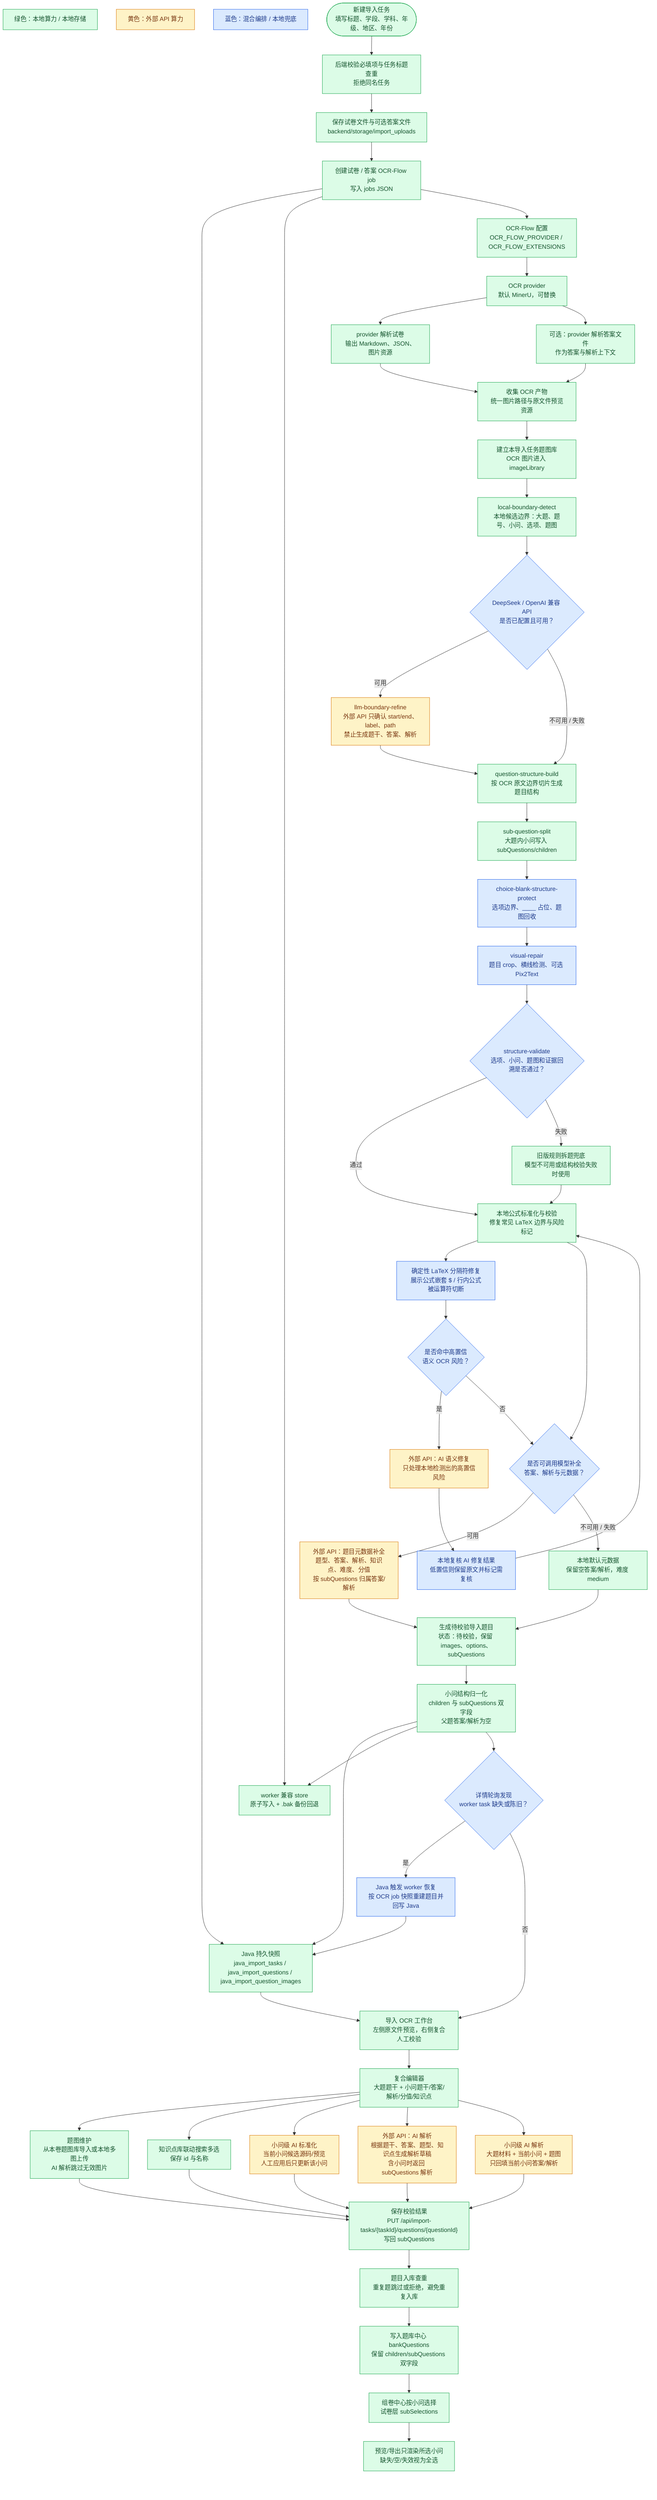
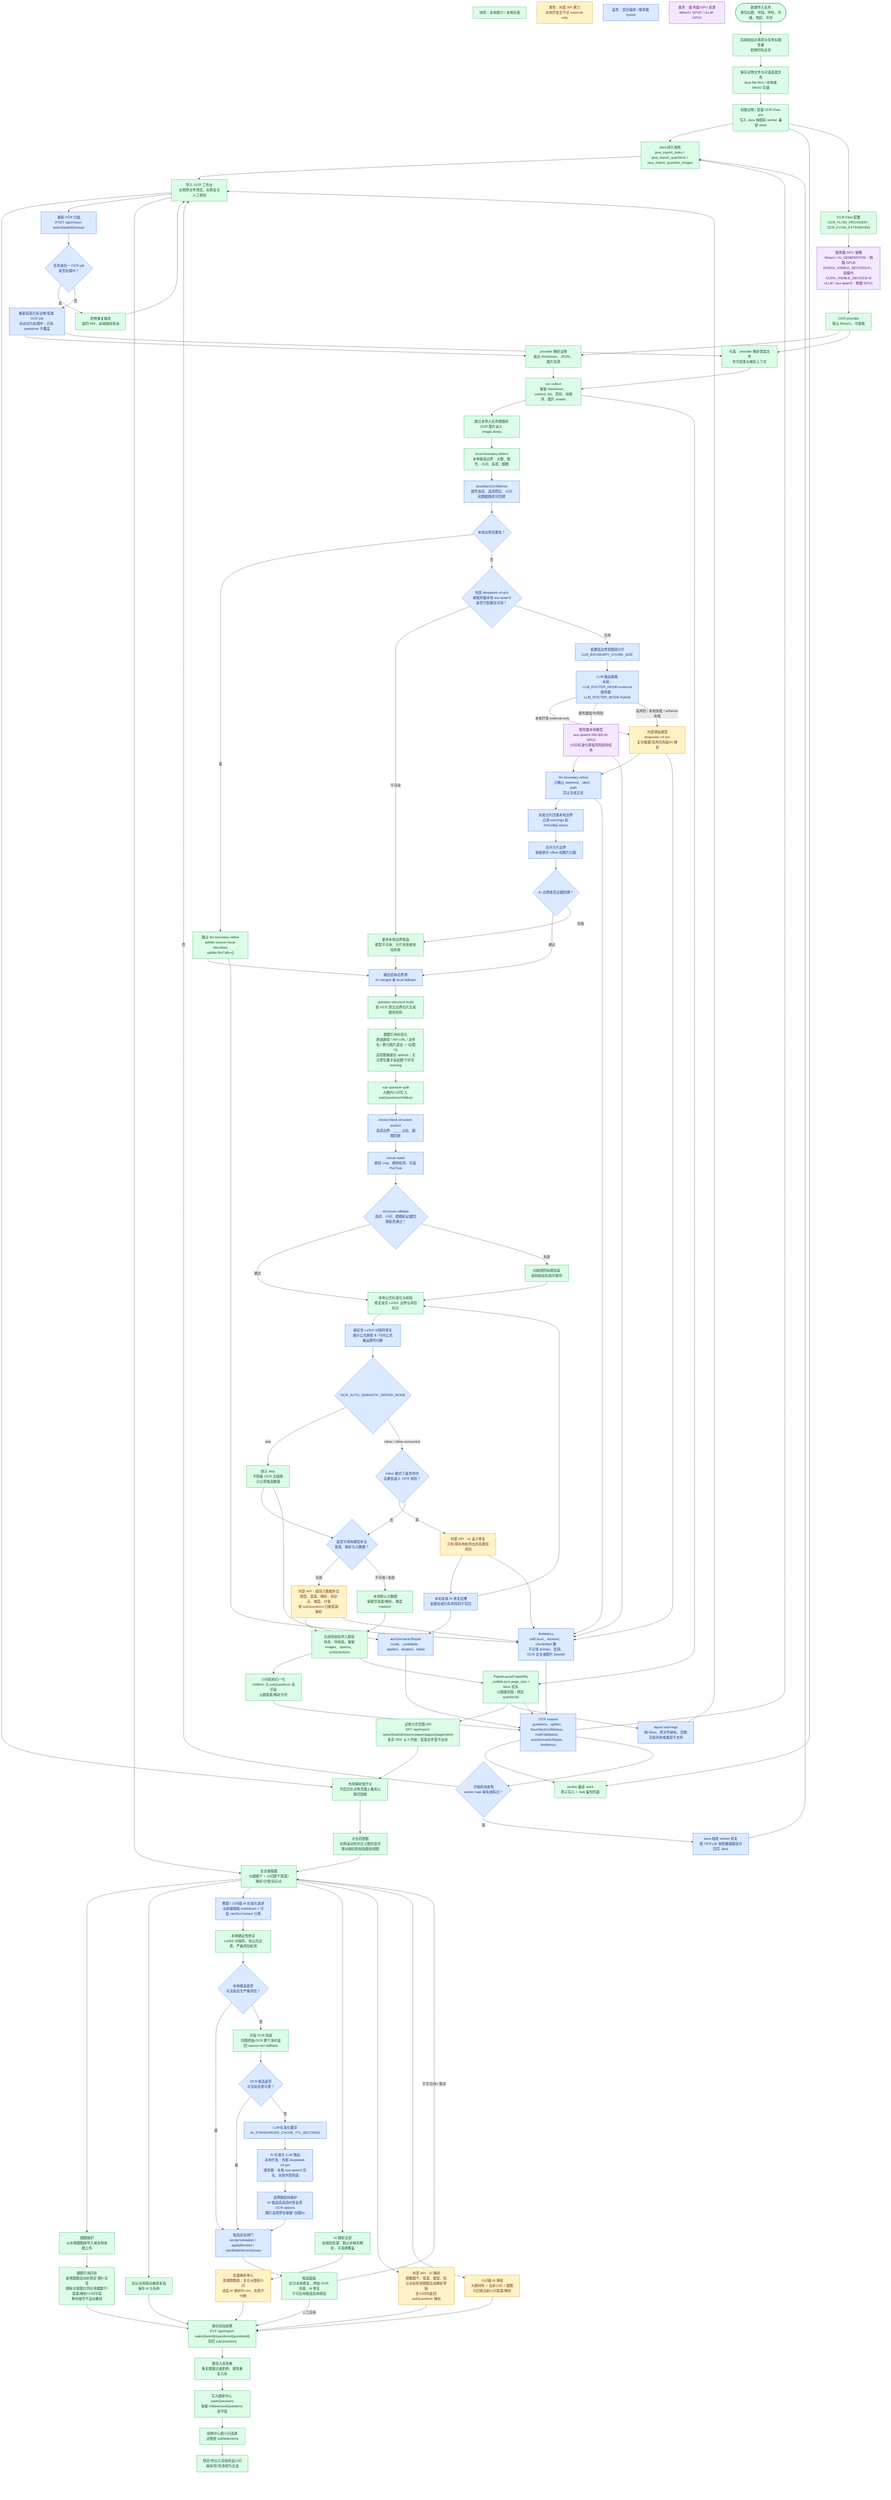
+ %% Version: 2026-07-09 / product v14 / OpenAPI 1.1.0
+ %% Status: current-primary
+ %% Scope: authoritative end-to-end OCR-Flow algorithm, LLM routing, review, layout overlay, rescan, and AI assistance flow.
flowchart TD
  LegendLocal["绿色：本地算力 / 本地存储"]:::local
-   LegendExternal["黄色：外部 API 算力"]:::external
-   LegendMixed["蓝色：混合编排 / 本地兜底"]:::mixed
+   LegendExternal["黄色：外部 API 算力<br/>本地开发全节点 external-only"]:::external
+   LegendMixed["蓝色：混合编排 / 服务器 hybrid"]:::mixed
+   LegendGpu["紫色：服务器 GPU 资源<br/>MinerU: GPU0 / vLLM: GPU1"]:::gpu

  Start(["新建导入任务<br/>填写标题、学段、学科、年级、地区、年份"]):::local
  Validate["后端校验必填项与任务标题查重<br/>拒绝同名任务"]:::local
-   Upload["保存试卷文件与可选答案文件<br/>backend/storage/import_uploads"]:::local
-   Jobs["创建试卷 / 答案 OCR-Flow job<br/>写入 jobs JSON"]:::local
+   Upload["保存试卷文件与可选答案文件<br/>Java file-flow / 本地或 MinIO 存储"]:::local
+   Jobs["创建试卷 / 答案 OCR-Flow job<br/>写入 Java 快照和 worker 兼容 store"]:::local
  JavaSnapshot["Java 持久快照<br/>java_import_tasks / java_import_questions / java_import_question_images"]:::local
  WorkerSafeStore["worker 兼容 store<br/>原子写入 + .bak 备份回退"]:::local
  FlowConfig["OCR-Flow 配置<br/>OCR_FLOW_PROVIDER / OCR_FLOW_EXTENSIONS"]:::local
+   GpuPolicy["服务器 GPU 策略<br/>MinerU / AI_GENERATION：物理 GPU0<br/>NVIDIA_VISIBLE_DEVICES=0，容器内 CUDA_VISIBLE_DEVICES=0<br/>vLLM / aux-qwen3：物理 GPU1"]:::gpu
  Provider["OCR provider<br/>默认 MinerU，可替换"]:::local
  OcrPaper["provider 解析试卷<br/>输出 Markdown、JSON、图片资源"]:::local
  OcrAnswer["可选：provider 解析答案文件<br/>作为答案与解析上下文"]:::local
-   Collect["收集 OCR 产物<br/>统一图片路径与原文件预览资源"]:::local
+   Collect["ocr-collect<br/>保留 Markdown、content_list、页码、块顺序、图片 assets"]:::local
  ImageLibrary["建立本导入任务题图库<br/>OCR 图片进入 imageLibrary"]:::local
+ 
  LocalBoundary["local-boundary-detect<br/>本地候选边界：大题、题号、小问、选项、题图"]:::local
+   BoundaryConfidence["boundaryConfidence<br/>题号连续、选项稳定、小问和题图路径可回溯"]:::mixed
+   BoundaryHigh{"本地边界高置信？"}:::mixed
+   BoundarySkip["跳过 llm-boundary-refine<br/>splitter.source=local-boundary<br/>splitter.llmCalls=[]"]:::local
+   LlmAvailable{"外部 deepseek-v4-pro<br/>或服务器本地 aux-qwen3<br/>是否已配置且可用？"}:::mixed
+   BoundaryChunks["低置信边界按题段分片<br/>LLM_BOUNDARY_CHUNK_SIZE"]:::mixed
+   LlmRoutePolicy["LLM 路由策略<br/>本地：LLM_ROUTER_MODE=external<br/>服务器：LLM_ROUTER_MODE=hybrid"]:::mixed
+   LocalAuxModel["服务器本地模型<br/>aux-qwen3-32b-fp8 on GPU1<br/>小问/标准化等低风险结构任务"]:::gpu
+   ExternalFullModel["外部满血模型<br/>deepseek-v4-pro<br/>复杂推理/高风险兜底/AI 解析"]:::external
+   LlmBoundary["llm-boundary-refine<br/>只确认 start/end、label、path<br/>禁止生成正文"]:::mixed
+   ChunkFallback["失败分片回退本地边界<br/>记录 warnings 和 llmCalls[].status"]:::mixed
+   MergeBoundary["合并分片边界<br/>保留绝对 offset 和图片归属"]:::mixed
+   BoundaryValidate{"AI 边界能否证据回溯？"}:::mixed
+   BoundaryLocalFallback["使用本地边界候选<br/>模型不可用、分片失败或校验失败"]:::local
+   BoundarySource["确定结构边界源<br/>AI merged 或 local fallback"]:::mixed

-   LlmAvailable{"DeepSeek / OpenAI 兼容 API<br/>是否已配置且可用？"}:::mixed
-   LlmBoundary["llm-boundary-refine<br/>外部 API 只确认 start/end、label、path<br/>禁止生成题干、答案、解析"]:::external
  BuildByEvidence["question-structure-build<br/>按 OCR 原文边界切片生成题目结构"]:::local
+   ImageCanonical["题图引用标签化<br/>原始路径 / API URL / 文件名 / 换行图片语法 -> ![](图N)<br/>选项图保留在 options；无可靠位置才追加题干并写 warning"]:::local
  SubSplit["sub-question-split<br/>大题内小问写入 subQuestions/children"]:::local
  ChoiceBlankProtect["choice-blank-structure-protect<br/>选项边界、____ 占位、题图回收"]:::mixed
  VisualRepair["visual-repair<br/>题目 crop、横线检测、可选 Pix2Text"]:::mixed
  StructureValidate{"structure-validate<br/>选项、小问、题图和证据回溯是否通过？"}:::mixed
-   RuleFallback["旧版规则拆题兜底<br/>模型不可用或结构校验失败时使用"]:::local
+   RuleFallback["旧版规则拆题兜底<br/>结构校验失败时使用"]:::local

  MathNormalize["本地公式标准化与校验<br/>修复常见 LaTeX 边界与风险标记"]:::local
  LatexDelimiter["确定性 LaTeX 分隔符修复<br/>展示公式嵌套 $ / 行内公式被运算符切断"]:::mixed
-   SemanticRisk{"是否命中高置信<br/>语义 OCR 风险？"}:::mixed
+   AutoRepairMode{"OCR_AUTO_SEMANTIC_REPAIR_MODE"}:::mixed
+   AutoRepairSkip["默认 skip<br/>不阻塞 OCR 主链路<br/>只记录候选数量"]:::local
+   SemanticRisk{"inline 模式下是否命中<br/>高置信语义 OCR 风险？"}:::mixed
  SemanticApi["外部 API：AI 语义修复<br/>只处理本地检测出的高置信风险"]:::external
-   SemanticVerify["本地复核 AI 修复结果<br/>低置信则保留原文并标记需复核"]:::mixed
+   SemanticVerify["本地复核 AI 修复结果<br/>低置信或仍有风险则不写回"]:::mixed

  MetadataDecision{"是否可调用模型补全<br/>答案、解析与元数据？"}:::mixed
  MetadataApi["外部 API：题目元数据补全<br/>题型、答案、解析、知识点、难度、分值<br/>按 subQuestions 归属答案/解析"]:::external
  MetadataFallback["本地默认元数据<br/>保留空答案/解析，难度 medium"]:::local
  BuildQuestions["生成待校验导入题目<br/>状态：待校验，保留 images、options、subQuestions"]:::local
+   PaperLayoutBuild["PaperLayoutCapability<br/>_middle.json page_size + bbox 优先<br/>父题级范围；绑定 questionId"]:::local
+   PaperPageApi["试卷分页页图 API<br/>GET /api/import-tasks/{taskId}/source/paper/pages/{pageIndex}<br/>多页 PDF 从 0 开始；答案文件暂不支持"]:::local
+   PaperLayoutWarnings["layout warnings<br/>缺 bbox、原文件缺失、页图渲染失败或类型不支持"]:::mixed
  SubQuestionNormalize["小问结构归一化<br/>children 与 subQuestions 双字段<br/>父题答案/解析为空"]:::local
+   AutoRepairSummary["autoSemanticRepair<br/>mode、candidate、applied、skipped、failed"]:::mixed
+   LlmMetrics["llmMetrics<br/>callCount、duration、chunk/item 数<br/>不记录 prompt、密钥、OCR 全文或图片 base64"]:::mixed
+   OcrOutputs["OCR outputs<br/>questions、splitter、boundaryConfidence、mathValidation、autoSemanticRepair、llmMetrics"]:::mixed
  DetailRecovery{"详情轮询发现<br/>worker task 缺失或陈旧？"}:::mixed
  RecoverFromOcr["Java 触发 worker 恢复<br/>按 OCR job 快照重建题目并回写 Java"]:::mixed

  Workbench["导入 OCR 工作台<br/>左侧原文件预览，右侧复合人工校验"]:::local
+   LayoutToggle["布局解析框开关<br/>开启后在试卷页图上叠加父题范围框"]:::local
+   LayoutClick["点击范围框<br/>右侧滚动到对应父题并高亮<br/>移动端切到校验题目视图"]:::local
+   RescanRequest["重新 OCR 扫描<br/>POST /api/import-tasks/{taskId}/rescan"]:::mixed
+   RescanGuard{"任务或任一 OCR job<br/>是否处理中？"}:::mixed
+   RescanReject["拒绝重复触发<br/>返回 409，前端继续轮询"]:::local
+   RescanRetry["重新投递已有试卷/答案 OCR job<br/>状态切为处理中；已有 questions 不覆盖"]:::mixed
  ManualEdit["复合编辑器<br/>大题题干 + 小问题干/答案/解析/分值/知识点"]:::local
-   AddImages["题图维护<br/>从本卷题图库导入或本地多图上传<br/>AI 解析跳过无效图片"]:::local
+   BatchAiAll["AI 解析全部<br/>前端批处理：默认补缺失解析，可选择覆盖"]:::local
+   BatchAiUnits["批量解析单元<br/>普通题整题；复合大题按小问<br/>进度 AI 解析中 n/m，失败不中断"]:::external
+   AddImages["题图维护<br/>从本卷题图库导入或本地多图上传"]:::local
+   ImageMarkdown["题图引用同步<br/>新增题图自动补稳定 图N 标签<br/>删除关联图片同步清理题干/答案/解析/小问字段<br/>剩余编号不自动重排"]:::local
  KnowledgePick["知识点库联动搜索多选<br/>保存 id 与名称"]:::local
-   SubAiStandardize["小问级 AI 标准化<br/>当前小问候选源码/预览<br/>人工应用后只更新该小问"]:::external
-   AiAnalysis["外部 API：AI 解析<br/>根据题干、答案、题型、知识点生成解析草稿<br/>含小问时返回 subQuestions 解析"]:::external
+ 
+   StdStart["整题 / 小问级 AI 标准化请求<br/>当前编辑稿 markdown + 可信 rawOcrContext 分离"]:::mixed
+   StdLocal["本地确定性修复<br/>LaTeX 分隔符、块公式边界、严重风险检测"]:::local
+   StdLocalSafe{"本地候选是否<br/>可渲染且无严重风险？"}:::mixed
+   StdOcr["可信 OCR 兜底<br/>同题原始 OCR 更干净时返回 source=ocr-fallback"]:::local
+   StdOcrSafe{"OCR 候选是否<br/>可渲染且更可靠？"}:::mixed
+   StdCache["LLM 标准化缓存<br/>AI_STANDARDIZE_CACHE_TTL_SECONDS"]:::mixed
+   StdApi["AI 标准化 LLM 路由<br/>本地开发：外部 deepseek-v4-pro<br/>服务器：本地 aux-qwen3 优先，失败外部兜底"]:::mixed
+   StdChoiceGuard["选择题结构保护<br/>AI 候选丢选项时恢复原 OCR options<br/>图片选项原位保留 ![](图N)"]:::mixed
+   StdGate["候选安全闸门<br/>renderValidation / applyBlocked / candidateSevereIssues"]:::mixed
+   StdPanel["候选面板<br/>区分本地修复、原始 OCR 兜底、AI 修复<br/>不可应用候选禁用按钮"]:::local
+ 
+   AiAnalysis["外部 API：AI 解析<br/>根据题干、答案、题型、知识点和有效题图生成解析草稿<br/>含小问时返回 subQuestions 解析"]:::external
  SubAiAnalysis["小问级 AI 解析<br/>大题材料 + 当前小问 + 题图<br/>只回填当前小问答案/解析"]:::external
  SaveReview["保存校验结果<br/>PUT /api/import-tasks/{taskId}/questions/{questionId}<br/>写回 subQuestions"]:::local
  BankDedup["题目入库查重<br/>重复题跳过或拒绝，避免重复入库"]:::local
  Bank["写入题库中心 bankQuestions<br/>保留 children/subQuestions 双字段"]:::local
  PaperSelect["组卷中心按小问选择<br/>试卷层 subSelections"]:::local
  PaperPreview["预览/导出只渲染所选小问<br/>缺失/空/失效视为全选"]:::local

  Start --> Validate --> Upload --> Jobs
  Jobs --> JavaSnapshot
  Jobs --> WorkerSafeStore
-   Jobs --> FlowConfig --> Provider
+   Jobs --> FlowConfig --> GpuPolicy --> Provider
  Provider --> OcrPaper --> Collect
  Provider --> OcrAnswer --> Collect
-   Collect --> ImageLibrary --> LocalBoundary --> LlmAvailable
-   LlmAvailable -- "可用" --> LlmBoundary --> BuildByEvidence
-   LlmAvailable -- "不可用 / 失败" --> BuildByEvidence
-   BuildByEvidence --> SubSplit --> ChoiceBlankProtect --> VisualRepair --> StructureValidate
+   Collect --> ImageLibrary --> LocalBoundary --> BoundaryConfidence --> BoundaryHigh
+   BoundaryHigh -- "是" --> BoundarySkip --> BoundarySource
+   BoundaryHigh -- "否" --> LlmAvailable
+   LlmAvailable -- "不可用" --> BoundaryLocalFallback --> BoundarySource
+   LlmAvailable -- "可用" --> BoundaryChunks --> LlmRoutePolicy
+   LlmRoutePolicy -- "本地开发 external-only" --> ExternalFullModel --> LlmBoundary
+   LlmRoutePolicy -- "服务器低/中风险" --> LocalAuxModel --> LlmBoundary
+   LlmRoutePolicy -- "高风险 / 本地失败 / schema 失败" --> ExternalFullModel
+   LlmBoundary --> ChunkFallback --> MergeBoundary --> BoundaryValidate
+   BoundaryValidate -- "通过" --> BoundarySource
+   BoundaryValidate -- "失败" --> BoundaryLocalFallback
+   BoundarySource --> BuildByEvidence
+   BuildByEvidence --> ImageCanonical --> SubSplit --> ChoiceBlankProtect --> VisualRepair --> StructureValidate
  StructureValidate -- "通过" --> MathNormalize
  StructureValidate -- "失败" --> RuleFallback --> MathNormalize
-   MathNormalize --> LatexDelimiter --> SemanticRisk
+   MathNormalize --> LatexDelimiter --> AutoRepairMode
+   AutoRepairMode -- "skip" --> AutoRepairSkip --> MetadataDecision
+   AutoRepairMode -- "inline / inline-concurrent" --> SemanticRisk
  SemanticRisk -- "是" --> SemanticApi --> SemanticVerify --> MathNormalize
  SemanticRisk -- "否" --> MetadataDecision
-   MathNormalize --> MetadataDecision
  MetadataDecision -- "可用" --> MetadataApi --> BuildQuestions
  MetadataDecision -- "不可用 / 失败" --> MetadataFallback --> BuildQuestions
-   BuildQuestions --> SubQuestionNormalize
-   SubQuestionNormalize --> JavaSnapshot
-   SubQuestionNormalize --> WorkerSafeStore
-   SubQuestionNormalize --> DetailRecovery
+   BuildQuestions --> SubQuestionNormalize --> OcrOutputs
+   BuildQuestions --> PaperLayoutBuild
+   Collect --> PaperLayoutBuild
+   PaperLayoutBuild --> PaperPageApi
+   PaperLayoutBuild --> PaperLayoutWarnings
+   PaperLayoutBuild --> OcrOutputs
+   BoundarySkip --> LlmMetrics
+   LlmBoundary --> LlmMetrics
+   LocalAuxModel --> LlmMetrics
+   ExternalFullModel --> LlmMetrics
+   SemanticApi --> LlmMetrics
+   MetadataApi --> LlmMetrics
+   AutoRepairSkip --> AutoRepairSummary --> OcrOutputs
+   SemanticVerify --> AutoRepairSummary
+   LlmMetrics --> OcrOutputs
+   OcrOutputs --> JavaSnapshot
+   OcrOutputs --> WorkerSafeStore
+   OcrOutputs --> DetailRecovery
  DetailRecovery -- "是" --> RecoverFromOcr --> JavaSnapshot --> Workbench
  DetailRecovery -- "否" --> Workbench
+   PaperPageApi --> LayoutToggle
+   PaperLayoutWarnings --> Workbench
+   Workbench --> LayoutToggle --> LayoutClick --> ManualEdit
+   Workbench --> RescanRequest --> RescanGuard
+   RescanGuard -- "是" --> RescanReject --> Workbench
+   RescanGuard -- "否" --> RescanRetry --> OcrPaper
+   RescanRetry --> OcrAnswer
  Workbench --> ManualEdit
-   ManualEdit --> AddImages --> SaveReview
+   ManualEdit --> AddImages --> ImageMarkdown --> SaveReview
  ManualEdit --> KnowledgePick --> SaveReview
-   ManualEdit --> SubAiStandardize --> SaveReview
+   ManualEdit --> StdStart --> StdLocal --> StdLocalSafe
+   StdLocalSafe -- "是" --> StdGate
+   StdLocalSafe -- "否" --> StdOcr --> StdOcrSafe
+   StdOcrSafe -- "是" --> StdGate
+   StdOcrSafe -- "否" --> StdCache --> StdApi --> StdChoiceGuard --> StdGate
+   StdGate --> StdPanel
+   StdPanel -- "人工应用" --> SaveReview
+   StdPanel -- "不可应用 / 取消" --> ManualEdit
+   ManualEdit --> BatchAiAll --> BatchAiUnits --> SaveReview
  ManualEdit --> AiAnalysis --> SaveReview
  ManualEdit --> SubAiAnalysis --> SaveReview
  SaveReview --> BankDedup --> Bank --> PaperSelect --> PaperPreview

  classDef local fill:#dcfce7,stroke:#16a34a,color:#14532d,stroke-width:1px;
  classDef external fill:#fef3c7,stroke:#d97706,color:#78350f,stroke-width:1px;
  classDef mixed fill:#dbeafe,stroke:#2563eb,color:#1e3a8a,stroke-width:1px;
+   classDef gpu fill:#f3e8ff,stroke:#7e22ce,color:#581c87,stroke-width:1px;
